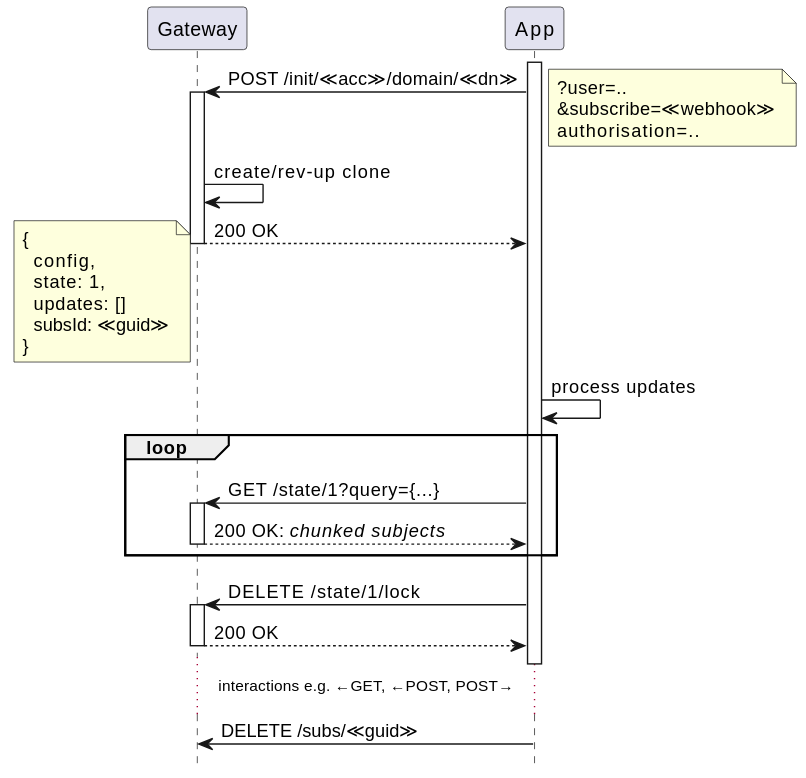
Before: architecture/api/http/img/0-bootstrap.seq.svg, a diagram exported from PlantUML (m-ld/m-ld-gateway).
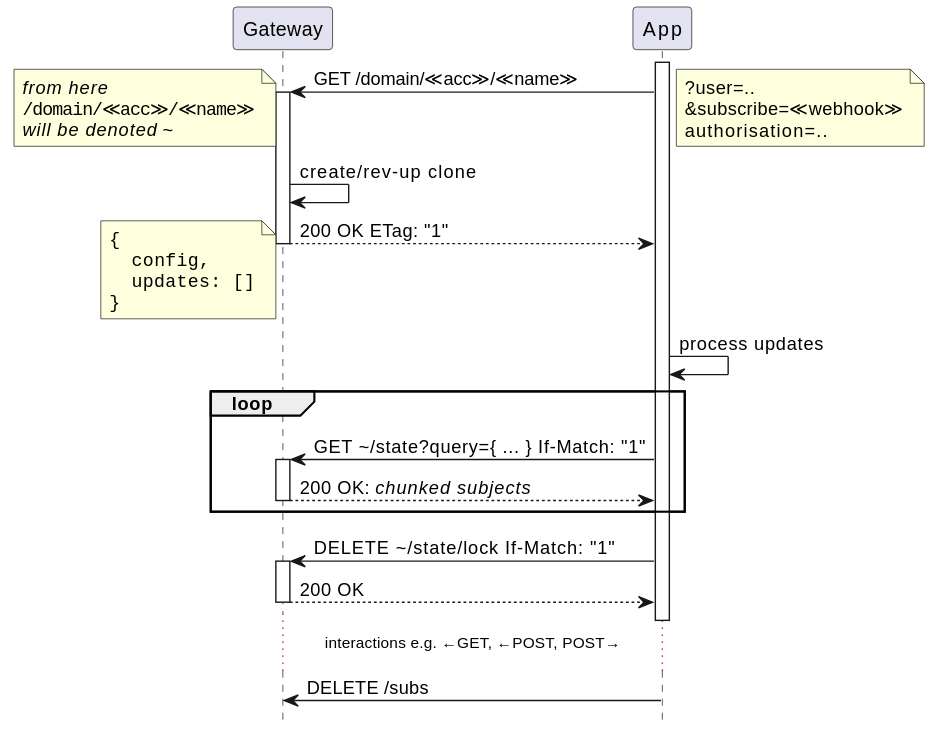
After the commit.

Diff of the diagram source:
```diff
@@ -6,32 +6,37 @@
 participant "App" as app
 
 activate app
-app -> gw ++: POST /init/≪acc≫/domain/≪dn≫
+app -> gw ++: GET /domain/≪acc≫/≪name≫
 note right
 ?user=..
 &subscribe=≪webhook≫
 authorisation=..
 end note
+note left
+//from here//
+""/domain/≪acc≫/≪name≫""
+//will be denoted// \~
+end note
 gw -> gw: create/rev-up clone
-return 200 OK
+return 200 OK ETag: "1"
 note left
+<code>
 {
   config,
-  state: 1,
   updates: []
-  subsId: ≪guid≫
 }
+</code>
 end note
 app -> app: process updates
 loop
-app -> gw ++: GET /state/1?query={...}
+app -> gw ++: GET \~/state?query={ ... } If-Match: "1"
 return 200 OK: //chunked subjects//
 end loop
-app -> gw ++: DELETE /state/1/lock
+app -> gw ++: DELETE \~/state/lock If-Match: "1"
 return 200 OK
 deactivate app
 
 ...interactions e.g. ←GET, ←POST, POST→...
-app -> gw: DELETE /subs/≪guid≫
+app -> gw: DELETE /subs
 
 @enduml
```
